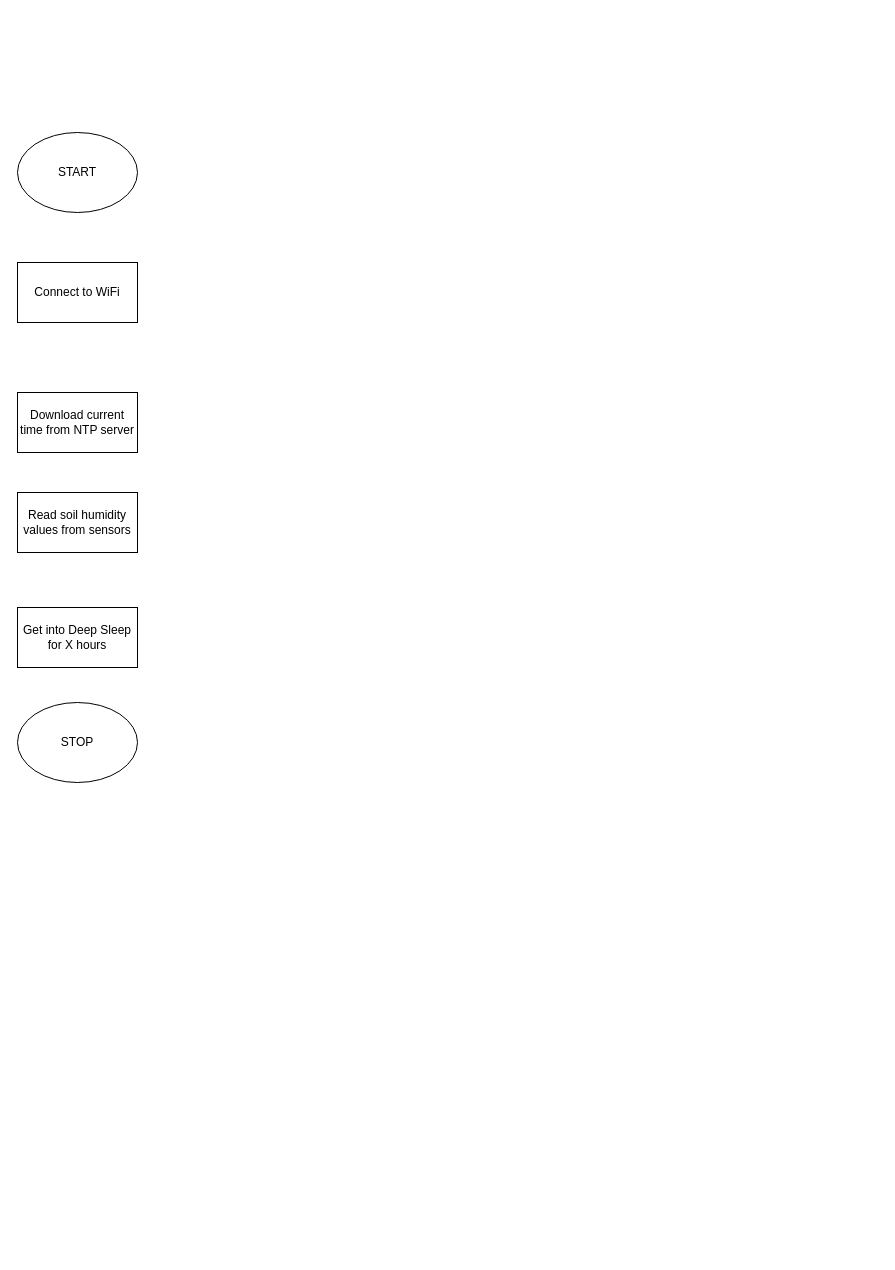
This is ExampleDiagram.drawio from lnarolski/flowerCtl, a draw.io file, before an edit. Source tidied: cells renumbered, new cells numbered last; positions are measured from the earlier drawing's top-left corner, leaving out a move shared by most shapes. Both pictures are drawn from the tidied source at 100%, with x=0, y=0 at pixel (17, 132).
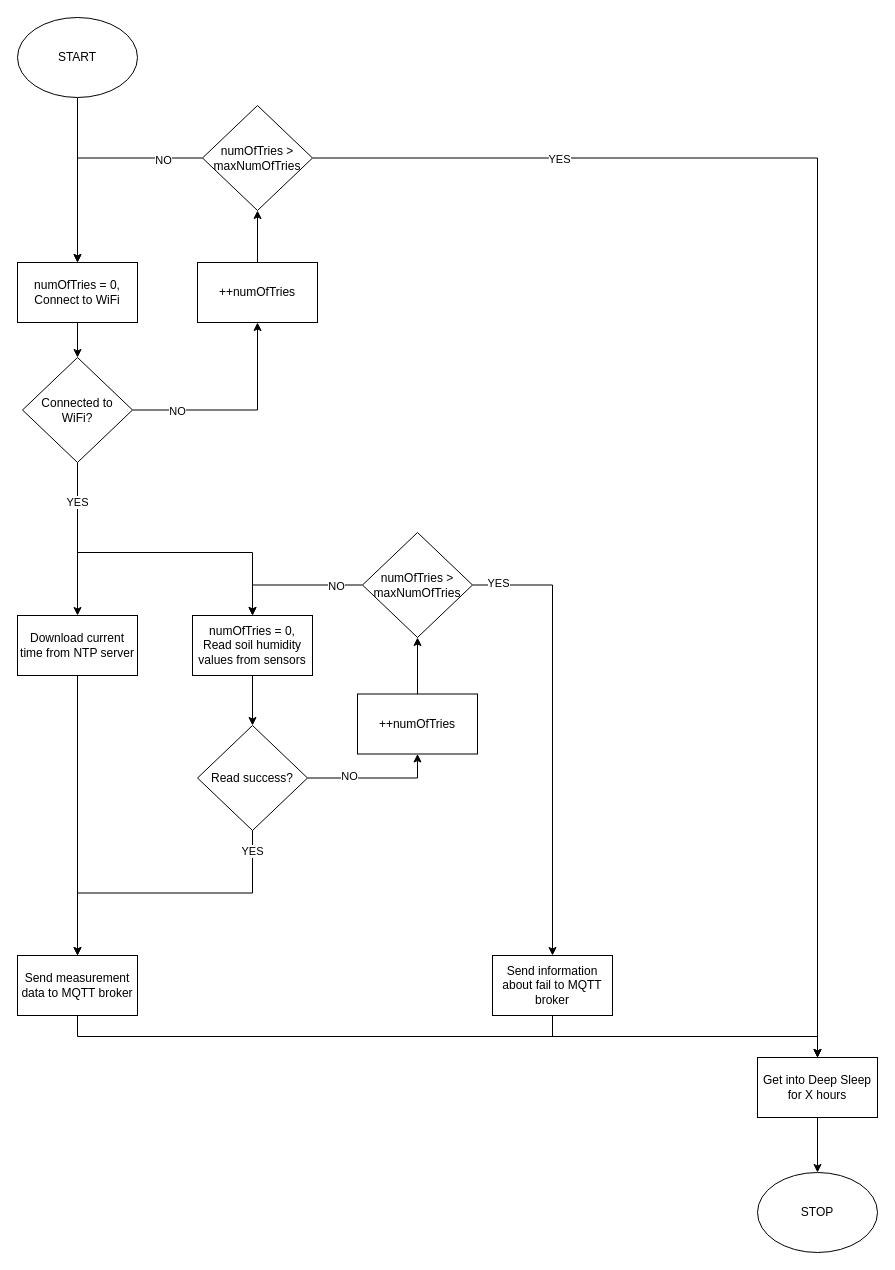
Above is the later version.

Commit message (it also covers changes not shown here):
Example diagram update

Change to the diagram source:
```diff
@@
+    <mxCell id="8" style="edgeStyle=orthogonalEdgeStyle;rounded=0;jettySize=auto;html=1;exitX=0.5;exitY=1;exitDx=0;exitDy=0;" parent="1" edge="1" source="2">
+      <mxGeometry relative="1" as="geometry">
+        <mxPoint x="60" y="130" as="targetPoint" />
+      </mxGeometry>
+    </mxCell>
     <mxCell id="2" value="START" style="ellipse;whiteSpace=wrap;html=1;" parent="1" vertex="1">
-      <mxGeometry width="120" height="80" as="geometry" />
+      <mxGeometry y="-115" width="120" height="80" as="geometry" />
     </mxCell>
     <mxCell id="3" value="STOP" style="ellipse;whiteSpace=wrap;html=1;" parent="1" vertex="1">
-      <mxGeometry y="570" width="120" height="80" as="geometry" />
+      <mxGeometry x="740" y="1040" width="120" height="80" as="geometry" />
     </mxCell>
+    <mxCell id="9" style="edgeStyle=orthogonalEdgeStyle;rounded=0;jettySize=auto;html=1;exitX=0.5;exitY=1;exitDx=0;exitDy=0;entryX=0.5;entryY=0;entryDx=0;entryDy=0;" parent="1" edge="1" source="4" target="15">
+      <mxGeometry relative="1" as="geometry" />
+    </mxCell>
-    <mxCell id="4" value="Connect to WiFi" style="rounded=0;whiteSpace=wrap;html=1;" parent="1" vertex="1">
+    <mxCell id="4" value="numOfTries = 0,&lt;br&gt;Connect to WiFi" style="rounded=0;whiteSpace=wrap;html=1;" parent="1" vertex="1">
       <mxGeometry y="130" width="120" height="60" as="geometry" />
     </mxCell>
+    <mxCell id="10" style="edgeStyle=orthogonalEdgeStyle;rounded=0;jettySize=auto;html=1;exitX=0.5;exitY=1;exitDx=0;exitDy=0;entryX=0.5;entryY=0;entryDx=0;entryDy=0;" parent="1" edge="1" source="5" target="26">
+      <mxGeometry relative="1" as="geometry" />
+    </mxCell>
     <mxCell id="5" value="Download current time from NTP server" style="rounded=0;whiteSpace=wrap;html=1;" parent="1" vertex="1">
-      <mxGeometry y="260" width="120" height="60" as="geometry" />
+      <mxGeometry y="483" width="120" height="60" as="geometry" />
     </mxCell>
+    <mxCell id="11" style="edgeStyle=orthogonalEdgeStyle;rounded=0;jettySize=auto;html=1;exitX=0.5;exitY=1;exitDx=0;exitDy=0;entryX=0.5;entryY=0;entryDx=0;entryDy=0;" parent="1" edge="1" source="7" target="31">
+      <mxGeometry relative="1" as="geometry" />
+    </mxCell>
+    <mxCell id="7" value="numOfTries = 0,&lt;br&gt;Read soil humidity values from sensors" style="rounded=0;whiteSpace=wrap;html=1;" parent="1" vertex="1">
+      <mxGeometry x="175" y="483" width="120" height="60" as="geometry" />
+    </mxCell>
+    <mxCell id="12" style="edgeStyle=orthogonalEdgeStyle;rounded=0;jettySize=auto;html=1;exitX=1;exitY=0.5;exitDx=0;exitDy=0;entryX=0.5;entryY=1;entryDx=0;entryDy=0;" parent="1" edge="1" source="15" target="17">
+      <mxGeometry relative="1" as="geometry" />
+    </mxCell>
+    <mxCell id="13" value="NO" style="edgeLabel;html=1;align=center;verticalAlign=middle;" parent="12" vertex="1">
+      <mxGeometry x="-0.59" relative="1" as="geometry">
+        <mxPoint y="1" as="offset" />
+      </mxGeometry>
+    </mxCell>
+    <mxCell id="14" style="edgeStyle=orthogonalEdgeStyle;rounded=0;jettySize=auto;html=1;exitX=0.5;exitY=1;exitDx=0;exitDy=0;entryX=0.5;entryY=0;entryDx=0;entryDy=0;" parent="1" edge="1" target="7">
+      <mxGeometry relative="1" as="geometry">
+        <mxPoint x="60" y="403" as="sourcePoint" />
+        <Array as="points">
+          <mxPoint x="60" y="420" />
+          <mxPoint x="235" y="420" />
+        </Array>
+      </mxGeometry>
+    </mxCell>
+    <mxCell id="15" value="Connected to&lt;br&gt;WiFi?" style="rhombus;whiteSpace=wrap;html=1;" parent="1" vertex="1">
+      <mxGeometry x="5" y="225" width="110" height="105" as="geometry" />
+    </mxCell>
+    <mxCell id="16" style="edgeStyle=orthogonalEdgeStyle;rounded=0;jettySize=auto;html=1;exitX=0.5;exitY=0;exitDx=0;exitDy=0;entryX=0.5;entryY=1;entryDx=0;entryDy=0;" parent="1" edge="1" source="17" target="22">
+      <mxGeometry relative="1" as="geometry" />
+    </mxCell>
+    <mxCell id="17" value="++numOfTries" style="rounded=0;whiteSpace=wrap;html=1;" parent="1" vertex="1">
+      <mxGeometry x="180" y="130" width="120" height="60" as="geometry" />
+    </mxCell>
+    <mxCell id="18" style="edgeStyle=orthogonalEdgeStyle;rounded=0;jettySize=auto;html=1;exitX=0;exitY=0.5;exitDx=0;exitDy=0;" parent="1" edge="1" source="22" target="4">
+      <mxGeometry relative="1" as="geometry" />
+    </mxCell>
+    <mxCell id="19" value="NO" style="edgeLabel;html=1;align=center;verticalAlign=middle;" parent="18" vertex="1">
+      <mxGeometry x="-0.65" y="2" relative="1" as="geometry" />
+    </mxCell>
+    <mxCell id="20" style="edgeStyle=orthogonalEdgeStyle;rounded=0;jettySize=auto;html=1;exitX=1;exitY=0.5;exitDx=0;exitDy=0;entryX=0.5;entryY=0;entryDx=0;entryDy=0;" parent="1" edge="1" source="22" target="6">
+      <mxGeometry relative="1" as="geometry" />
+    </mxCell>
+    <mxCell id="21" value="YES" style="edgeLabel;html=1;align=center;verticalAlign=middle;" parent="20" vertex="1">
+      <mxGeometry x="-0.65" relative="1" as="geometry">
+        <mxPoint y="1" as="offset" />
+      </mxGeometry>
+    </mxCell>
+    <mxCell id="22" value="numOfTries &amp;gt; maxNumOfTries" style="rhombus;whiteSpace=wrap;html=1;" parent="1" vertex="1">
+      <mxGeometry x="185" y="-27" width="110" height="105" as="geometry" />
+    </mxCell>
+    <mxCell id="23" style="edgeStyle=orthogonalEdgeStyle;rounded=0;jettySize=auto;html=1;exitX=0.5;exitY=1;exitDx=0;exitDy=0;entryX=0.5;entryY=0;entryDx=0;entryDy=0;" parent="1" edge="1" source="6" target="3">
+      <mxGeometry relative="1" as="geometry" />
+    </mxCell>
     <mxCell id="6" value="Get into Deep Sleep&lt;br&gt;for X hours" style="rounded=0;whiteSpace=wrap;html=1;" parent="1" vertex="1">
-      <mxGeometry y="475" width="120" height="60" as="geometry" />
+      <mxGeometry x="740" y="925" width="120" height="60" as="geometry" />
     </mxCell>
-    <mxCell id="7" value="Read soil humidity values from sensors" style="rounded=0;whiteSpace=wrap;html=1;" parent="1" vertex="1">
-      <mxGeometry y="360" width="120" height="60" as="geometry" />
-    </mxCell>
+    <mxCell id="24" value="YES" style="edgeStyle=orthogonalEdgeStyle;rounded=0;jettySize=auto;html=1;exitX=0.5;exitY=1;exitDx=0;exitDy=0;entryX=0.5;entryY=0;entryDx=0;entryDy=0;verticalAlign=middle;" parent="1" edge="1" source="15" target="5">
+      <mxGeometry x="-0.48" relative="1" as="geometry" />
+    </mxCell>
+    <mxCell id="25" style="edgeStyle=orthogonalEdgeStyle;rounded=0;jettySize=auto;html=1;exitX=0.5;exitY=1;exitDx=0;exitDy=0;entryX=0.5;entryY=0;entryDx=0;entryDy=0;" parent="1" edge="1" source="26" target="6">
+      <mxGeometry relative="1" as="geometry" />
+    </mxCell>
+    <mxCell id="26" value="Send measurement data to MQTT broker" style="rounded=0;whiteSpace=wrap;html=1;" parent="1" vertex="1">
+      <mxGeometry y="823" width="120" height="60" as="geometry" />
+    </mxCell>
+    <mxCell id="27" style="edgeStyle=orthogonalEdgeStyle;rounded=0;jettySize=auto;html=1;exitX=0.5;exitY=1;exitDx=0;exitDy=0;entryX=0.5;entryY=0;entryDx=0;entryDy=0;" parent="1" edge="1" source="31" target="26">
+      <mxGeometry relative="1" as="geometry" />
+    </mxCell>
+    <mxCell id="28" value="YES" style="edgeLabel;html=1;align=center;verticalAlign=middle;" parent="27" vertex="1">
+      <mxGeometry x="-0.87" y="-1" relative="1" as="geometry" />
+    </mxCell>
+    <mxCell id="29" style="edgeStyle=orthogonalEdgeStyle;rounded=0;jettySize=auto;html=1;exitX=1;exitY=0.5;exitDx=0;exitDy=0;entryX=0.5;entryY=1;entryDx=0;entryDy=0;" parent="1" edge="1" source="31" target="38">
+      <mxGeometry relative="1" as="geometry" />
+    </mxCell>
+    <mxCell id="30" value="NO" style="edgeLabel;html=1;align=center;verticalAlign=middle;" parent="29" vertex="1">
+      <mxGeometry x="-0.39" y="2" relative="1" as="geometry" />
+    </mxCell>
+    <mxCell id="31" value="Read success?" style="rhombus;whiteSpace=wrap;html=1;" parent="1" vertex="1">
+      <mxGeometry x="180" y="593" width="110" height="105" as="geometry" />
+    </mxCell>
+    <mxCell id="32" style="edgeStyle=orthogonalEdgeStyle;rounded=0;jettySize=auto;html=1;exitX=0.5;exitY=0;exitDx=0;exitDy=0;entryX=0.5;entryY=1;entryDx=0;entryDy=0;" parent="1" edge="1" source="38" target="37">
+      <mxGeometry relative="1" as="geometry" />
+    </mxCell>
+    <mxCell id="33" style="edgeStyle=orthogonalEdgeStyle;rounded=0;jettySize=auto;html=1;exitX=0;exitY=0.5;exitDx=0;exitDy=0;entryX=0.5;entryY=0;entryDx=0;entryDy=0;" parent="1" edge="1" source="37" target="7">
+      <mxGeometry relative="1" as="geometry" />
+    </mxCell>
+    <mxCell id="34" value="NO" style="edgeLabel;html=1;align=center;verticalAlign=middle;" parent="33" vertex="1">
+      <mxGeometry x="-0.61" y="1" relative="1" as="geometry" />
+    </mxCell>
+    <mxCell id="35" style="edgeStyle=orthogonalEdgeStyle;rounded=0;jettySize=auto;html=1;exitX=1;exitY=0.5;exitDx=0;exitDy=0;entryX=0.5;entryY=0;entryDx=0;entryDy=0;" parent="1" edge="1" source="37" target="40">
+      <mxGeometry relative="1" as="geometry" />
+    </mxCell>
+    <mxCell id="36" value="YES" style="edgeLabel;html=1;align=center;verticalAlign=middle;" parent="35" vertex="1">
+      <mxGeometry x="-0.89" y="2" relative="1" as="geometry" />
+    </mxCell>
+    <mxCell id="37" value="numOfTries &amp;gt; maxNumOfTries" style="rhombus;whiteSpace=wrap;html=1;" parent="1" vertex="1">
+      <mxGeometry x="345" y="400" width="110" height="105" as="geometry" />
+    </mxCell>
+    <mxCell id="38" value="++numOfTries" style="rounded=0;whiteSpace=wrap;html=1;" parent="1" vertex="1">
+      <mxGeometry x="340" y="561.5" width="120" height="60" as="geometry" />
+    </mxCell>
+    <mxCell id="39" style="edgeStyle=orthogonalEdgeStyle;rounded=0;jettySize=auto;html=1;exitX=0.5;exitY=1;exitDx=0;exitDy=0;entryX=0.5;entryY=0;entryDx=0;entryDy=0;" parent="1" edge="1" source="40" target="6">
+      <mxGeometry relative="1" as="geometry" />
+    </mxCell>
+    <mxCell id="40" value="Send information about fail to MQTT broker" style="rounded=0;whiteSpace=wrap;html=1;" parent="1" vertex="1">
+      <mxGeometry x="475" y="823" width="120" height="60" as="geometry" />
+    </mxCell>
```
